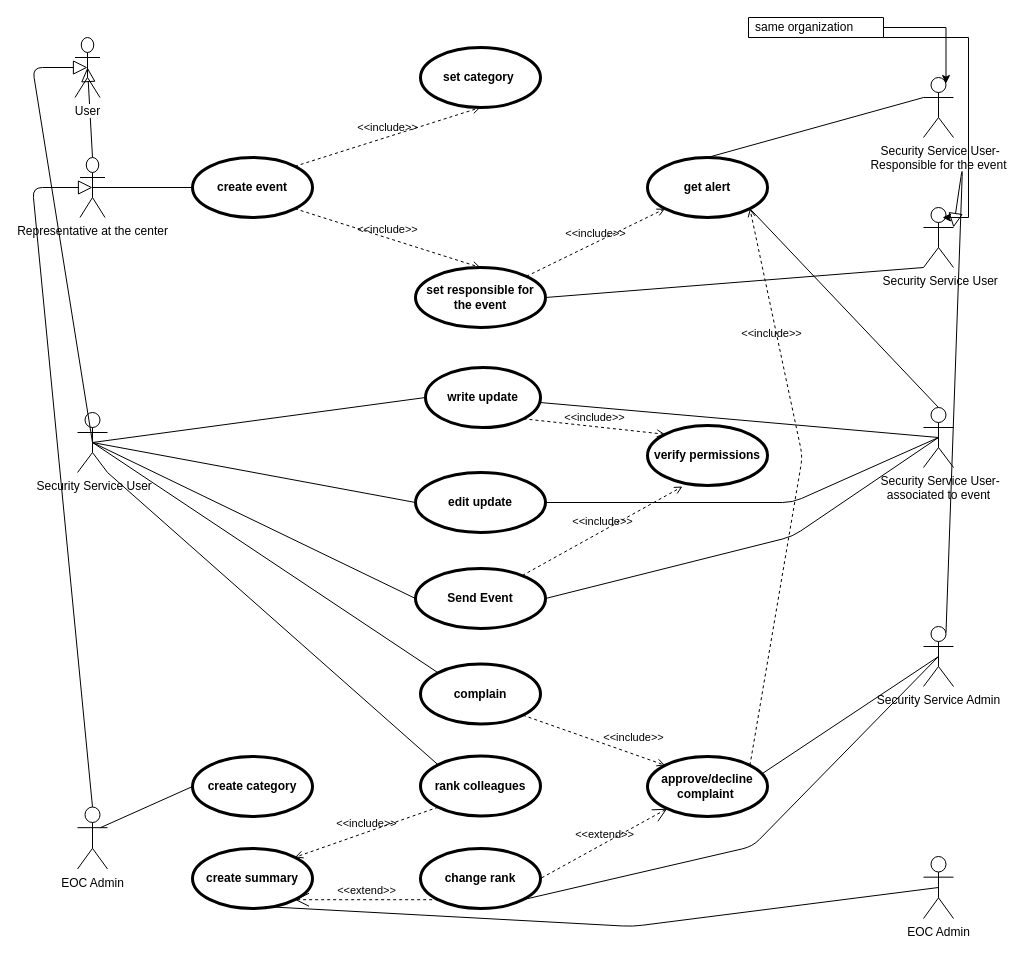
Earlier version of the draw.io diagram page "Use Case" (1 of 12) of Untitled Diagram.drawio (anastasiakova/nituz2). Source tidied: cells renumbered, new cells numbered last; positions are measured from the earlier drawing's top-left corner, leaving out a move shared by most shapes. Both pictures are drawn from the tidied source at 100%, with x=0, y=0 at pixel (32, 17).
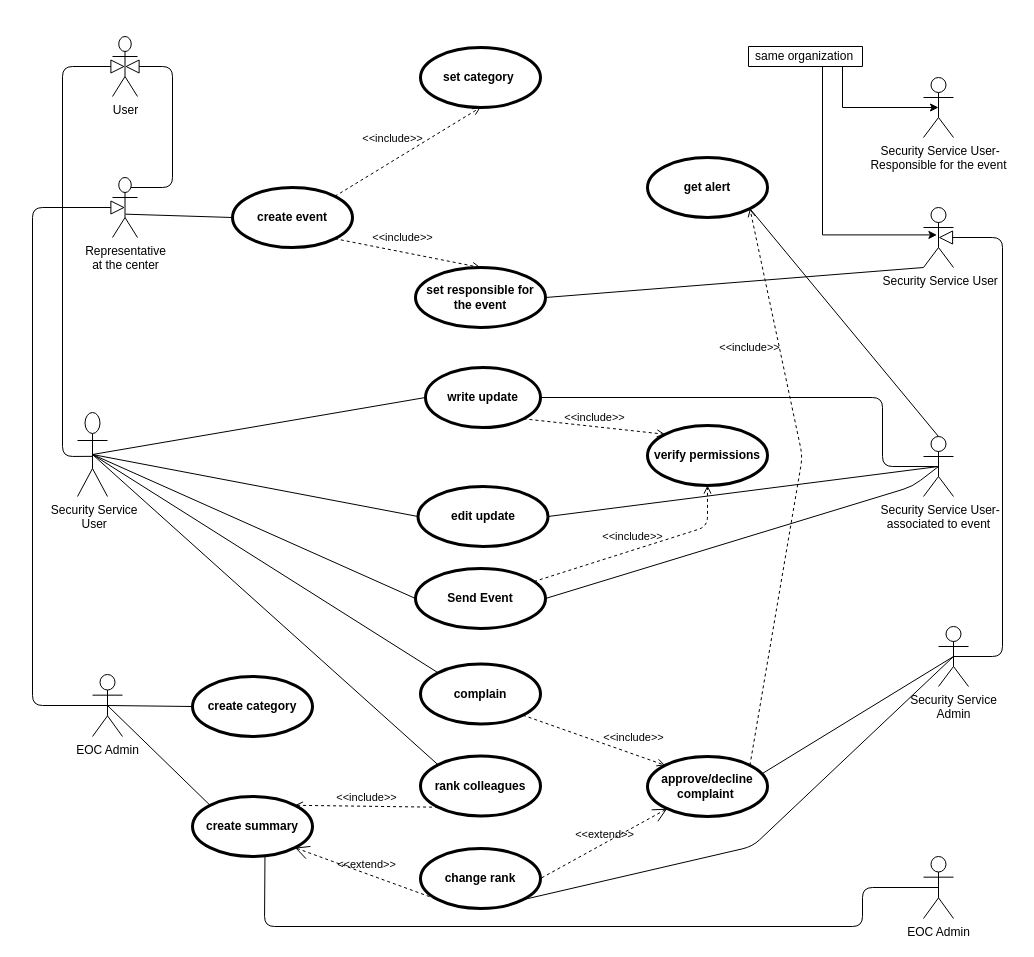
The same page after the edit.

The change refers to these unchanged cells:
```xml
<mxCell id="9" value="&lt;span&gt;set responsible for the event&lt;/span&gt;" style="shape=ellipse;html=1;strokeWidth=3;fontStyle=1;whiteSpace=wrap;align=center;perimeter=ellipsePerimeter;" parent="1" vertex="1">
  <mxGeometry x="383" y="250" width="130" height="60" as="geometry" />
</mxCell>
<mxCell id="10" value="get alert" style="shape=ellipse;html=1;strokeWidth=3;fontStyle=1;whiteSpace=wrap;align=center;perimeter=ellipsePerimeter;" parent="1" vertex="1">
  <mxGeometry x="615" y="140" width="120" height="60" as="geometry" />
</mxCell>
<mxCell id="12" value="set category&amp;nbsp;" style="shape=ellipse;html=1;strokeWidth=3;fontStyle=1;whiteSpace=wrap;align=center;perimeter=ellipsePerimeter;" parent="1" vertex="1">
  <mxGeometry x="388" y="30" width="120" height="60" as="geometry" />
</mxCell>
<mxCell id="13" value="&amp;nbsp;Security Service User-&lt;br&gt;Responsible for the event" style="shape=umlActor;html=1;verticalLabelPosition=bottom;verticalAlign=top;align=center;" parent="1" vertex="1">
  <mxGeometry x="891" y="60" width="30" height="60" as="geometry" />
</mxCell>
<mxCell id="14" value="&amp;nbsp;Security Service User" style="shape=umlActor;html=1;verticalLabelPosition=bottom;verticalAlign=top;align=center;" parent="1" vertex="1">
  <mxGeometry x="891" y="190" width="30" height="60" as="geometry" />
</mxCell>
<mxCell id="21" value="write update" style="shape=ellipse;html=1;strokeWidth=3;fontStyle=1;whiteSpace=wrap;align=center;perimeter=ellipsePerimeter;" parent="1" vertex="1">
  <mxGeometry x="393" y="350" width="115" height="60" as="geometry" />
</mxCell>
<mxCell id="25" value="verify permissions" style="shape=ellipse;html=1;strokeWidth=3;fontStyle=1;whiteSpace=wrap;align=center;perimeter=ellipsePerimeter;" parent="1" vertex="1">
  <mxGeometry x="615" y="408" width="120" height="60" as="geometry" />
</mxCell>
<mxCell id="30" value="rank colleagues" style="shape=ellipse;html=1;strokeWidth=3;fontStyle=1;whiteSpace=wrap;align=center;perimeter=ellipsePerimeter;" parent="1" vertex="1">
  <mxGeometry x="388" y="738.5" width="120" height="60" as="geometry" />
</mxCell>
<mxCell id="41" value="approve/decline complaint&amp;nbsp;" style="shape=ellipse;html=1;strokeWidth=3;fontStyle=1;whiteSpace=wrap;align=center;perimeter=ellipsePerimeter;" parent="1" vertex="1">
  <mxGeometry x="615" y="739" width="120" height="60" as="geometry" />
</mxCell>
<mxCell id="48" value="Send Event" style="shape=ellipse;html=1;strokeWidth=3;fontStyle=1;whiteSpace=wrap;align=center;perimeter=ellipsePerimeter;" parent="1" vertex="1">
  <mxGeometry x="383" y="551" width="130" height="60" as="geometry" />
</mxCell>
<mxCell id="55" value="EOC Admin" style="shape=umlActor;html=1;verticalLabelPosition=bottom;verticalAlign=top;align=center;" parent="1" vertex="1">
  <mxGeometry x="891" y="839" width="30" height="62" as="geometry" />
</mxCell>
```

Diff of the diagram source:
```diff
@@
-    <mxCell id="3" style="edgeStyle=none;html=1;endArrow=block;endFill=0;endSize=12;verticalAlign=bottom;entryX=0.5;entryY=0.5;entryDx=0;entryDy=0;entryPerimeter=0;exitX=0.5;exitY=0;exitDx=0;exitDy=0;exitPerimeter=0;" parent="1" edge="1" source="34" target="4">
-      <mxGeometry relative="1" as="geometry" />
+    <mxCell id="3" style="edgeStyle=none;html=1;endArrow=block;endFill=0;endSize=12;verticalAlign=bottom;entryX=0.5;entryY=0.5;entryDx=0;entryDy=0;entryPerimeter=0;" parent="1" edge="1" target="4">
+      <mxGeometry relative="1" as="geometry">
+        <mxPoint x="93" y="170" as="sourcePoint" />
+        <Array as="points">
+          <mxPoint x="140" y="170" />
+          <mxPoint x="140" y="49" />
+        </Array>
+      </mxGeometry>
     </mxCell>
     <mxCell id="4" value="User" style="shape=umlActor;verticalLabelPosition=bottom;labelBackgroundColor=#ffffff;verticalAlign=top;html=1;" parent="1" vertex="1">
-      <mxGeometry x="42.5" y="20" width="25" height="60" as="geometry" />
+      <mxGeometry x="80" y="19" width="25" height="60" as="geometry" />
     </mxCell>
-    <mxCell id="5" style="endArrow=none;html=1;exitX=0.5;exitY=0.5;exitDx=0;exitDy=0;exitPerimeter=0;entryX=0;entryY=0.5;entryDx=0;entryDy=0;" parent="1" edge="1" source="34" target="8">
+    <mxCell id="5" style="endArrow=none;html=1;exitX=0.52;exitY=0.611;exitDx=0;exitDy=0;exitPerimeter=0;entryX=0;entryY=0.5;entryDx=0;entryDy=0;" parent="1" edge="1" source="34" target="8">
       <mxGeometry relative="1" as="geometry" />
     </mxCell>
     <mxCell id="6" value="&amp;lt;&amp;lt;include&amp;gt;&amp;gt;" style="edgeStyle=none;html=1;endArrow=open;verticalAlign=bottom;dashed=1;labelBackgroundColor=none;exitX=1;exitY=1;exitDx=0;exitDy=0;entryX=0.5;entryY=0;entryDx=0;entryDy=0;" parent="1" edge="1" source="8" target="9">
-      <mxGeometry relative="1" as="geometry" />
+      <mxGeometry x="-0.08" y="5" relative="1" as="geometry" />
     </mxCell>
-    <mxCell id="7" value="&amp;lt;&amp;lt;include&amp;gt;&amp;gt;" style="edgeStyle=none;html=1;endArrow=open;verticalAlign=bottom;dashed=1;labelBackgroundColor=none;exitX=1;exitY=0;exitDx=0;exitDy=0;entryX=0;entryY=1;entryDx=0;entryDy=0;" parent="1" edge="1" source="9" target="10">
-      <mxGeometry relative="1" as="geometry" />
-    </mxCell>
     <mxCell id="8" value="&lt;span&gt;create event&lt;/span&gt;" style="shape=ellipse;html=1;strokeWidth=3;fontStyle=1;whiteSpace=wrap;align=center;perimeter=ellipsePerimeter;" parent="1" vertex="1">
-      <mxGeometry x="160" y="140" width="120" height="60" as="geometry" />
+      <mxGeometry x="200" y="170" width="120" height="60" as="geometry" />
     </mxCell>
@@
     <mxCell id="11" value="&amp;lt;&amp;lt;include&amp;gt;&amp;gt;" style="edgeStyle=none;html=1;endArrow=open;verticalAlign=bottom;dashed=1;labelBackgroundColor=none;entryX=0.5;entryY=1;entryDx=0;entryDy=0;exitX=1;exitY=0;exitDx=0;exitDy=0;" parent="1" edge="1" source="8" target="12">
-      <mxGeometry relative="1" as="geometry" />
+      <mxGeometry x="-0.12" y="13" relative="1" as="geometry">
+        <mxPoint y="1" as="offset" />
+      </mxGeometry>
     </mxCell>
@@
-    <mxCell id="15" style="edgeStyle=orthogonalEdgeStyle;rounded=0;jettySize=auto;html=1;entryX=0.75;entryY=0.1;entryDx=0;entryDy=0;entryPerimeter=0;" parent="1" edge="1" source="17" target="13">
-      <mxGeometry relative="1" as="geometry" />
+    <mxCell id="15" style="edgeStyle=orthogonalEdgeStyle;rounded=0;jettySize=auto;html=1;entryX=0.5;entryY=0.5;entryDx=0;entryDy=0;entryPerimeter=0;" parent="1" edge="1" source="17" target="13">
+      <mxGeometry relative="1" as="geometry">
+        <Array as="points">
+          <mxPoint x="810" y="90" />
+        </Array>
+      </mxGeometry>
     </mxCell>
-    <mxCell id="16" style="edgeStyle=orthogonalEdgeStyle;rounded=0;jettySize=auto;html=1;exitX=0;exitY=1;exitDx=0;exitDy=0;exitPerimeter=0;" parent="1" edge="1" source="17">
+    <mxCell id="16" style="edgeStyle=orthogonalEdgeStyle;rounded=0;jettySize=auto;html=1;exitX=0.5;exitY=1;exitDx=0;exitDy=0;exitPerimeter=0;entryX=0.447;entryY=0.457;entryDx=0;entryDy=0;entryPerimeter=0;" parent="1" edge="1" source="17" target="14">
       <mxGeometry relative="1" as="geometry">
-        <mxPoint x="910" y="200" as="targetPoint" />
         <Array as="points">
-          <mxPoint x="936" y="20" />
-          <mxPoint x="936" y="200" />
+          <mxPoint x="790" y="49" />
+          <mxPoint x="790" y="218" />
         </Array>
       </mxGeometry>
     </mxCell>
     <mxCell id="17" value="same organization" style="shape=note;size=0;spacingLeft=5;align=left;whiteSpace=wrap;" parent="1" vertex="1">
-      <mxGeometry x="716" width="135" height="20" as="geometry" />
+      <mxGeometry x="716" y="29" width="114" height="20" as="geometry" />
     </mxCell>
-    <mxCell id="18" style="edgeStyle=none;html=1;endArrow=none;verticalAlign=bottom;exitX=0.5;exitY=0;exitDx=0;exitDy=0;entryX=0;entryY=0.3333333333333333;entryDx=0;entryDy=0;entryPerimeter=0;" parent="1" edge="1" source="10" target="13">
-      <mxGeometry relative="1" as="geometry" />
-    </mxCell>
@@
     <mxCell id="23" value="edit update" style="shape=ellipse;html=1;strokeWidth=3;fontStyle=1;whiteSpace=wrap;align=center;perimeter=ellipsePerimeter;" parent="1" vertex="1">
-      <mxGeometry x="383" y="455" width="130" height="60" as="geometry" />
+      <mxGeometry x="385.5" y="469" width="130" height="60" as="geometry" />
     </mxCell>
@@
     <mxCell id="26" style="edgeStyle=none;html=1;endArrow=none;verticalAlign=bottom;entryX=0.5;entryY=0.5;entryDx=0;entryDy=0;entryPerimeter=0;" parent="1" edge="1" source="21" target="28">
-      <mxGeometry relative="1" as="geometry" />
+      <mxGeometry relative="1" as="geometry">
+        <Array as="points">
+          <mxPoint x="850" y="380" />
+          <mxPoint x="850" y="449" />
+        </Array>
+      </mxGeometry>
     </mxCell>
-    <mxCell id="27" style="edgeStyle=none;html=1;endArrow=none;verticalAlign=bottom;exitX=1;exitY=0.5;exitDx=0;exitDy=0;entryX=0.5;entryY=0.5;entryDx=0;entryDy=0;entryPerimeter=0;" parent="1" edge="1" source="23" target="28">
-      <mxGeometry relative="1" as="geometry">
-        <Array as="points">
-          <mxPoint x="760" y="485" />
-        </Array>
-      </mxGeometry>
+    <mxCell id="27" style="edgeStyle=none;html=1;endArrow=none;verticalAlign=bottom;entryX=0.5;entryY=0.5;entryDx=0;entryDy=0;entryPerimeter=0;exitX=1;exitY=0.5;exitDx=0;exitDy=0;" parent="1" edge="1" source="23" target="28">
+      <mxGeometry relative="1" as="geometry" />
     </mxCell>
     <mxCell id="28" value="&amp;nbsp;Security Service User-&lt;br&gt;associated to event&lt;br&gt;" style="shape=umlActor;html=1;verticalLabelPosition=bottom;verticalAlign=top;align=center;" parent="1" vertex="1">
-      <mxGeometry x="891" y="390" width="30" height="60" as="geometry" />
+      <mxGeometry x="891" y="419" width="30" height="60" as="geometry" />
     </mxCell>
-    <mxCell id="29" style="edgeStyle=none;html=1;endArrow=none;verticalAlign=bottom;exitX=1;exitY=1;exitDx=0;exitDy=0;exitPerimeter=0;entryX=0;entryY=0;entryDx=0;entryDy=0;" parent="1" edge="1" source="46" target="30">
+    <mxCell id="29" style="edgeStyle=none;html=1;endArrow=none;verticalAlign=bottom;exitX=0.5;exitY=0.5;exitDx=0;exitDy=0;exitPerimeter=0;entryX=0;entryY=0;entryDx=0;entryDy=0;" parent="1" edge="1" source="46" target="30">
       <mxGeometry relative="1" as="geometry" />
     </mxCell>
@@
-    <mxCell id="31" value="Security Service Admin" style="shape=umlActor;html=1;verticalLabelPosition=bottom;verticalAlign=top;align=center;" parent="1" vertex="1">
-      <mxGeometry x="891" y="609" width="30" height="60" as="geometry" />
+    <mxCell id="31" value="Security Service&lt;br&gt;Admin" style="shape=umlActor;html=1;verticalLabelPosition=bottom;verticalAlign=top;align=center;" parent="1" vertex="1">
+      <mxGeometry x="906" y="609" width="30" height="60" as="geometry" />
     </mxCell>
-    <mxCell id="32" style="edgeStyle=none;html=1;endArrow=block;endFill=0;endSize=12;verticalAlign=bottom;exitX=0.75;exitY=0.1;exitDx=0;exitDy=0;exitPerimeter=0;entryX=1;entryY=0.3333333333333333;entryDx=0;entryDy=0;entryPerimeter=0;" parent="1" edge="1" source="31" target="14">
+    <mxCell id="32" style="edgeStyle=none;html=1;endArrow=block;endFill=0;endSize=12;verticalAlign=bottom;exitX=0.5;exitY=0.5;exitDx=0;exitDy=0;exitPerimeter=0;entryX=0.5;entryY=0.5;entryDx=0;entryDy=0;entryPerimeter=0;" parent="1" edge="1" source="31" target="14">
       <mxGeometry relative="1" as="geometry">
         <Array as="points">
-          <mxPoint x="930" y="149" />
+          <mxPoint x="970" y="639" />
+          <mxPoint x="970" y="220" />
         </Array>
       </mxGeometry>
     </mxCell>
@@
-    <mxCell id="34" value="Representative at the center" style="shape=umlActor;verticalLabelPosition=bottom;labelBackgroundColor=#ffffff;verticalAlign=top;html=1;" parent="1" vertex="1">
-      <mxGeometry x="47.5" y="140" width="25" height="60" as="geometry" />
+    <mxCell id="34" value="Representative&lt;br&gt;at the center" style="shape=umlActor;verticalLabelPosition=bottom;labelBackgroundColor=#ffffff;verticalAlign=top;html=1;" parent="1" vertex="1">
+      <mxGeometry x="80" y="160" width="25" height="60" as="geometry" />
     </mxCell>
     <mxCell id="35" value="create category" style="shape=ellipse;html=1;strokeWidth=3;fontStyle=1;whiteSpace=wrap;align=center;perimeter=ellipsePerimeter;" parent="1" vertex="1">
-      <mxGeometry x="160" y="739" width="120" height="60" as="geometry" />
+      <mxGeometry x="160" y="659" width="120" height="60" as="geometry" />
     </mxCell>
     <mxCell id="36" value="EOC Admin" style="shape=umlActor;html=1;verticalLabelPosition=bottom;verticalAlign=top;align=center;" parent="1" vertex="1">
-      <mxGeometry x="45" y="789.5" width="30" height="62" as="geometry" />
+      <mxGeometry x="60" y="657" width="30" height="62" as="geometry" />
     </mxCell>
@@
-    <mxCell id="39" style="edgeStyle=none;html=1;endArrow=none;verticalAlign=bottom;exitX=0.767;exitY=0.333;exitDx=0;exitDy=0;exitPerimeter=0;entryX=0;entryY=0.5;entryDx=0;entryDy=0;" parent="1" edge="1" source="36" target="35">
+    <mxCell id="39" style="edgeStyle=none;html=1;endArrow=none;verticalAlign=bottom;exitX=0.5;exitY=0.5;exitDx=0;exitDy=0;exitPerimeter=0;entryX=0;entryY=0.5;entryDx=0;entryDy=0;" parent="1" edge="1" source="36" target="35">
       <mxGeometry relative="1" as="geometry" />
     </mxCell>
@@
-    <mxCell id="46" value="&amp;nbsp;Security Service User&lt;br&gt;" style="shape=umlActor;html=1;verticalLabelPosition=bottom;verticalAlign=top;align=center;" parent="1" vertex="1">
-      <mxGeometry x="45" y="395" width="30" height="60" as="geometry" />
+    <mxCell id="46" value="&amp;nbsp;Security Service&lt;br&gt;&amp;nbsp;User&lt;br&gt;" style="shape=umlActor;html=1;verticalLabelPosition=bottom;verticalAlign=top;align=center;" parent="1" vertex="1">
+      <mxGeometry x="45" y="395" width="30" height="84" as="geometry" />
     </mxCell>
-    <mxCell id="47" style="edgeStyle=none;html=1;endArrow=block;endFill=0;endSize=12;verticalAlign=bottom;exitX=0.5;exitY=0;exitDx=0;exitDy=0;exitPerimeter=0;entryX=0.5;entryY=0.5;entryDx=0;entryDy=0;entryPerimeter=0;" parent="1" edge="1" source="36" target="34">
+    <mxCell id="47" style="edgeStyle=none;html=1;endArrow=block;endFill=0;endSize=12;verticalAlign=bottom;exitX=0.5;exitY=0.5;exitDx=0;exitDy=0;exitPerimeter=0;entryX=0.5;entryY=0.5;entryDx=0;entryDy=0;entryPerimeter=0;" parent="1" edge="1" source="36" target="34">
       <mxGeometry relative="1" as="geometry">
         <Array as="points">
-          <mxPoint y="170" />
+          <mxPoint y="688" />
+          <mxPoint y="190" />
         </Array>
       </mxGeometry>
     </mxCell>
@@
-    <mxCell id="50" value="&amp;lt;&amp;lt;include&amp;gt;&amp;gt;" style="edgeStyle=none;html=1;endArrow=open;verticalAlign=bottom;dashed=1;labelBackgroundColor=none;entryX=0.292;entryY=1.017;entryDx=0;entryDy=0;entryPerimeter=0;" parent="1" edge="1" source="48" target="25">
-      <mxGeometry relative="1" as="geometry" />
+    <mxCell id="50" value="&amp;lt;&amp;lt;include&amp;gt;&amp;gt;" style="edgeStyle=none;html=1;endArrow=open;verticalAlign=bottom;dashed=1;labelBackgroundColor=none;entryX=0.5;entryY=1;entryDx=0;entryDy=0;" parent="1" edge="1" source="48" target="25">
+      <mxGeometry x="-0.06" y="4" relative="1" as="geometry">
+        <Array as="points">
+          <mxPoint x="675" y="509" />
+        </Array>
+      </mxGeometry>
     </mxCell>
     <mxCell id="51" style="edgeStyle=none;html=1;endArrow=none;verticalAlign=bottom;exitX=1;exitY=0.5;exitDx=0;exitDy=0;entryX=0.5;entryY=0.5;entryDx=0;entryDy=0;entryPerimeter=0;" parent="1" edge="1" source="48" target="28">
       <mxGeometry relative="1" as="geometry">
         <Array as="points">
-          <mxPoint x="760" y="519" />
+          <mxPoint x="880" y="469" />
         </Array>
       </mxGeometry>
     </mxCell>
-    <mxCell id="52" style="edgeStyle=none;html=1;endArrow=block;endFill=0;endSize=12;verticalAlign=bottom;exitX=0.5;exitY=0.5;exitDx=0;exitDy=0;exitPerimeter=0;entryX=0.5;entryY=0.5;entryDx=0;entryDy=0;entryPerimeter=0;" parent="1" edge="1" source="46" target="4">
+    <mxCell id="52" style="edgeStyle=none;html=1;endArrow=block;endFill=0;endSize=12;verticalAlign=bottom;exitX=0.506;exitY=0.522;exitDx=0;exitDy=0;exitPerimeter=0;entryX=0.5;entryY=0.5;entryDx=0;entryDy=0;entryPerimeter=0;" parent="1" edge="1" source="46" target="4">
       <mxGeometry relative="1" as="geometry">
         <Array as="points">
-          <mxPoint y="50" />
+          <mxPoint x="30" y="439" />
+          <mxPoint x="30" y="49" />
         </Array>
       </mxGeometry>
     </mxCell>
     <mxCell id="53" value="create summary" style="shape=ellipse;html=1;strokeWidth=3;fontStyle=1;whiteSpace=wrap;align=center;perimeter=ellipsePerimeter;" parent="1" vertex="1">
-      <mxGeometry x="160" y="831" width="120" height="60" as="geometry" />
+      <mxGeometry x="160" y="779" width="120" height="60" as="geometry" />
     </mxCell>
@@
     <mxCell id="56" style="edgeStyle=none;html=1;endArrow=none;verticalAlign=bottom;entryX=0.5;entryY=0.5;entryDx=0;entryDy=0;entryPerimeter=0;exitX=0.604;exitY=0.968;exitDx=0;exitDy=0;exitPerimeter=0;" parent="1" edge="1" source="53" target="55">
       <mxGeometry relative="1" as="geometry">
         <Array as="points">
-          <mxPoint x="600" y="909" />
+          <mxPoint x="232" y="909" />
+          <mxPoint x="830" y="909" />
+          <mxPoint x="830" y="870" />
         </Array>
       </mxGeometry>
     </mxCell>
     <mxCell id="57" value="&amp;lt;&amp;lt;include&amp;gt;&amp;gt;" style="edgeStyle=none;html=1;endArrow=open;verticalAlign=bottom;dashed=1;labelBackgroundColor=none;exitX=1;exitY=0;exitDx=0;exitDy=0;entryX=1;entryY=1;entryDx=0;entryDy=0;" parent="1" edge="1" source="41" target="10">
-      <mxGeometry x="0.52" y="7" relative="1" as="geometry">
+      <mxGeometry x="0.49" y="31" relative="1" as="geometry">
         <Array as="points">
           <mxPoint x="770" y="439" />
         </Array>
       </mxGeometry>
     </mxCell>
+    <mxCell id="58" style="endArrow=none;html=1;entryX=0;entryY=0;entryDx=0;entryDy=0;exitX=0.5;exitY=0.5;exitDx=0;exitDy=0;exitPerimeter=0;" parent="1" edge="1" source="36" target="53">
+      <mxGeometry relative="1" as="geometry" />
+    </mxCell>
```
